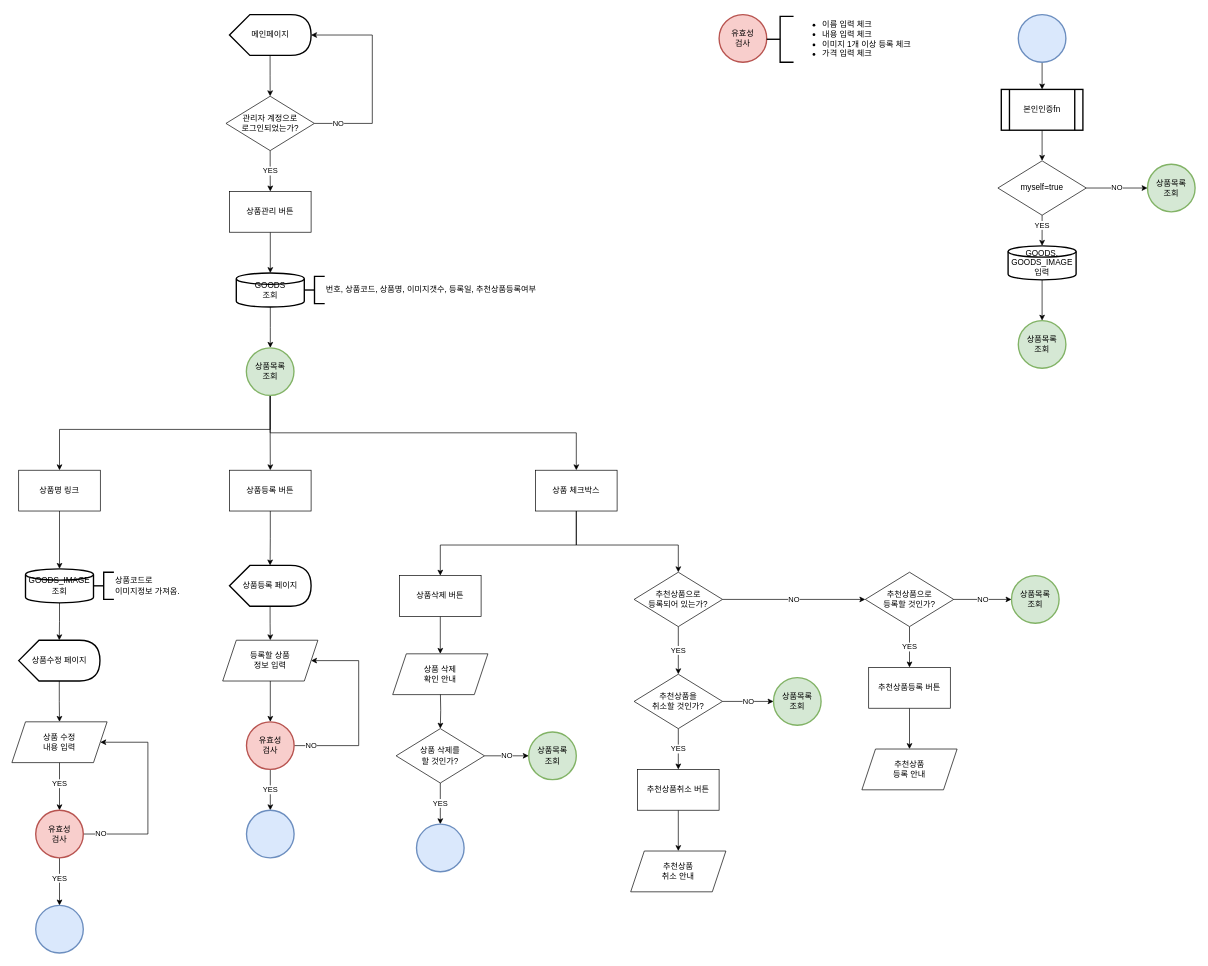
Earlier version of the draw.io diagram page "상품관리(수정)" (6 of 6) of 설계/데이터흐름도/상품몰, 하단바 flowchart(지은).drawio (hjkim27/TEAM_Project). Source tidied: cells renumbered, new cells numbered last; positions are measured from the earlier drawing's top-left corner, leaving out a move shared by most shapes. Both pictures are drawn from the tidied source at 68%, with x=0, y=0 at pixel (12, 14).
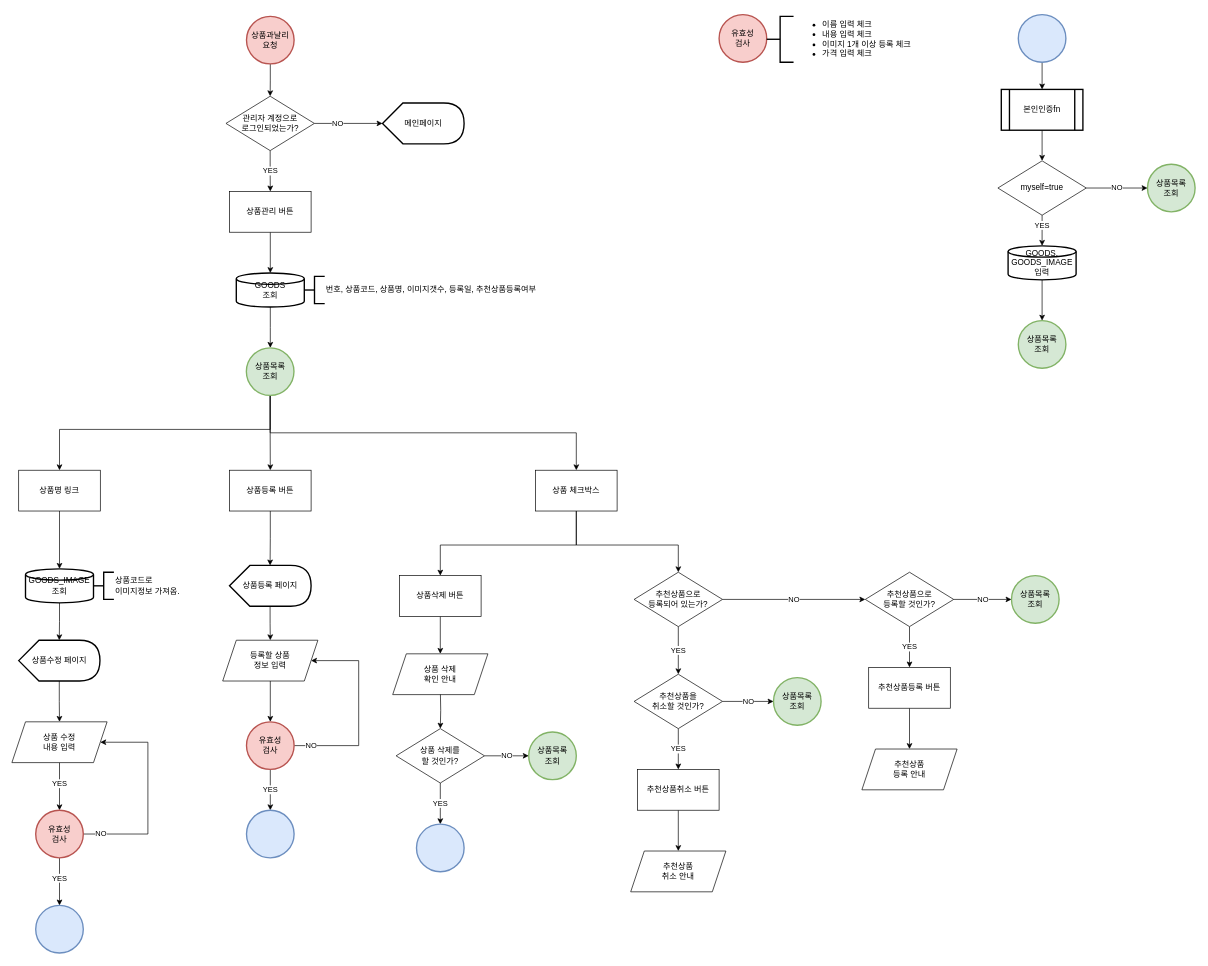
The same diagram, later.

Commit message:
상품몰 주문기능 수정

Unchanged cells that the change refers to:
```xml
<mxCell id="42" value="관리자 계정으로&lt;br&gt;로그인되었는가?" style="rhombus;whiteSpace=wrap;html=1;" parent="1" vertex="1">
  <mxGeometry x="314.8" y="120" width="130" height="80" as="geometry" />
</mxCell>
```

The edit, as a diff of the source:
```diff
@@
-    <mxCell id="38" style="edgeStyle=orthogonalEdgeStyle;rounded=0;jettySize=auto;html=1;exitX=0;exitY=0;exitDx=59.687500000000014;exitDy=60;exitPerimeter=0;entryX=0.5;entryY=0;entryDx=0;entryDy=0;shadow=0;" parent="1" edge="1" source="39" target="42">
-      <mxGeometry relative="1" as="geometry" />
-    </mxCell>
     <mxCell id="39" value="메인페이지" style="shape=display;whiteSpace=wrap;html=1;rounded=0;strokeWidth=2;" parent="1" vertex="1">
-      <mxGeometry x="320" width="120" height="60" as="geometry" />
+      <mxGeometry x="545" y="130" width="120" height="60" as="geometry" />
     </mxCell>
@@
-    <mxCell id="41" value="NO" style="edgeStyle=orthogonalEdgeStyle;rounded=0;jettySize=auto;html=1;exitX=1;exitY=0.5;exitDx=0;exitDy=0;entryX=1;entryY=0.5;entryDx=0;entryDy=0;entryPerimeter=0;" parent="1" edge="1" source="42" target="39">
-      <mxGeometry x="-0.77" relative="1" as="geometry">
+    <mxCell id="41" value="NO" style="edgeStyle=orthogonalEdgeStyle;rounded=0;jettySize=auto;html=1;exitX=1;exitY=0.5;exitDx=0;exitDy=0;entryX=0;entryY=0.5;entryDx=0;entryDy=0;entryPerimeter=0;" parent="1" edge="1" source="42" target="39">
+      <mxGeometry x="-0.3" relative="1" as="geometry">
         <Array as="points">
-          <mxPoint x="530" y="160" />
-          <mxPoint x="530" y="30" />
+          <mxPoint x="545" y="160" />
+          <mxPoint x="545" y="160" />
         </Array>
+        <mxPoint x="-1" as="offset" />
       </mxGeometry>
     </mxCell>
@@
+    <mxCell id="81" style="edgeStyle=orthogonalEdgeStyle;rounded=0;jettySize=auto;html=1;exitX=0.5;exitY=1;exitDx=0;exitDy=0;entryX=0.5;entryY=0;entryDx=0;entryDy=0;" parent="1" edge="1" source="82" target="42">
+      <mxGeometry relative="1" as="geometry" />
+    </mxCell>
+    <mxCell id="82" value="상품과날리&lt;br&gt;요청" style="ellipse;whiteSpace=wrap;html=1;rounded=0;shadow=0;strokeWidth=2;fillColor=#f8cecc;strokeColor=#b85450;" parent="1" vertex="1">
+      <mxGeometry x="345" y="2.5" width="70" height="70" as="geometry" />
+    </mxCell>
```
